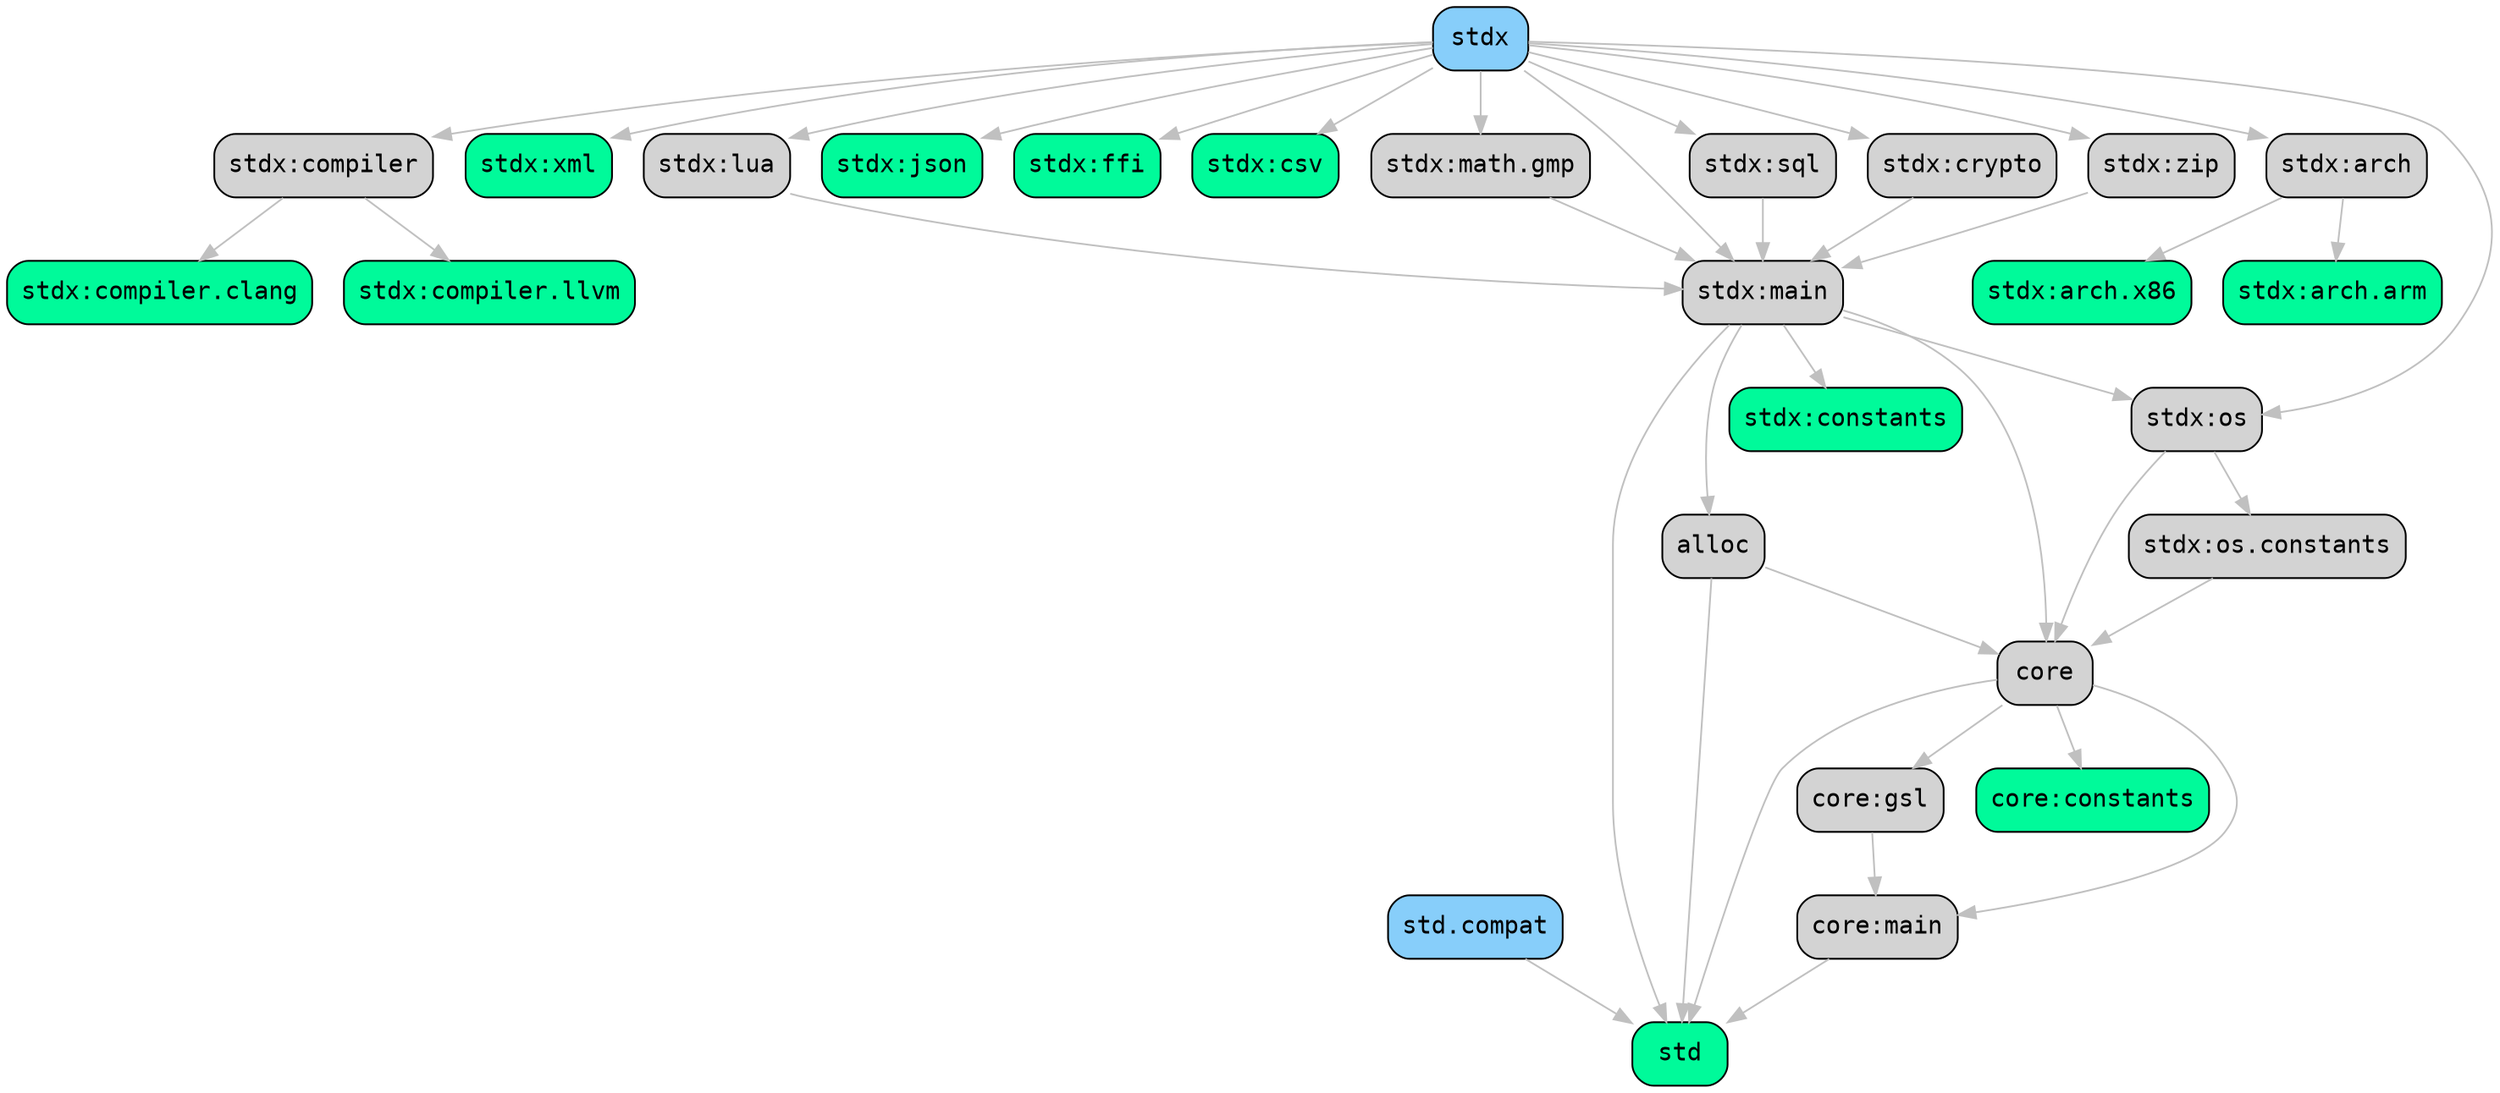
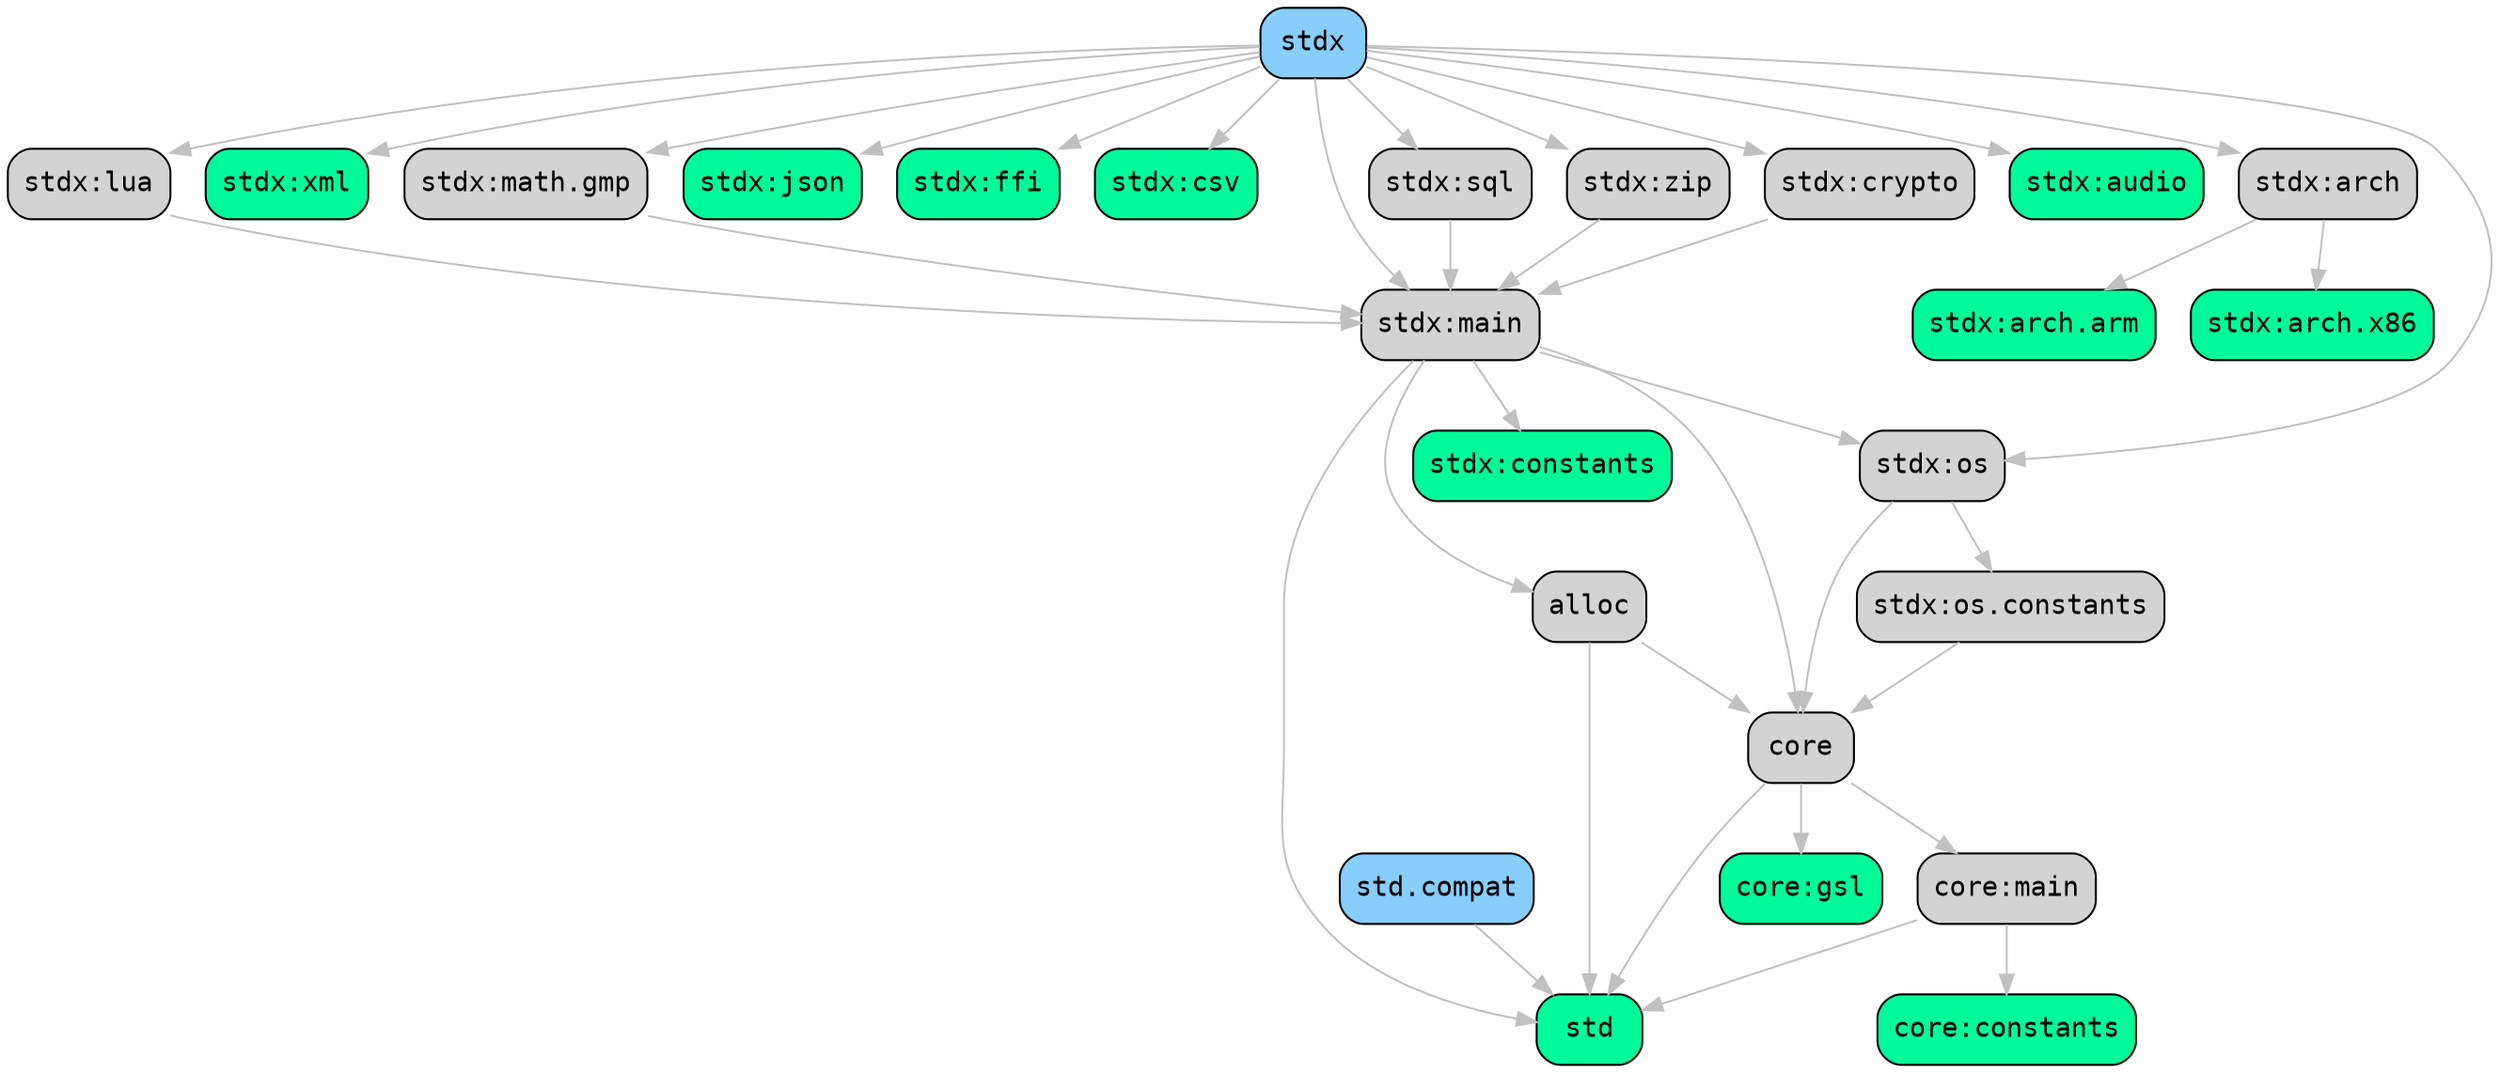
digraph {
- 	26 [label=<std.compat<br/>>, fontname=Monospace, shape=box, style="rounded,filled", fillcolor=lightskyblue];
- 	25 [label=<core:constants<br/>>, fontname=Monospace, shape=box, style="rounded,filled", fillcolor=mediumspringgreen];
- 	24 [label=<core:main<br/>>, fontname=Monospace, shape=box, style="rounded,filled", fillcolor=lightgrey];
- 	23 [label=<core:gsl<br/>>, fontname=Monospace, shape=box, style="rounded,filled", fillcolor=lightgrey];
- 	22 [label=<stdx:zip<br/>>, fontname=Monospace, shape=box, style="rounded,filled", fillcolor=lightgrey];
- 	21 [label=<stdx:xml<br/>>, fontname=Monospace, shape=box, style="rounded,filled", fillcolor=mediumspringgreen];
- 	20 [label=<stdx:lua<br/>>, fontname=Monospace, shape=box, style="rounded,filled", fillcolor=lightgrey];
- 	19 [label=<stdx:json<br/>>, fontname=Monospace, shape=box, style="rounded,filled", fillcolor=mediumspringgreen];
- 	18 [label=<stdx:ffi<br/>>, fontname=Monospace, shape=box, style="rounded,filled", fillcolor=mediumspringgreen];
- 	17 [label=<stdx:csv<br/>>, fontname=Monospace, shape=box, style="rounded,filled", fillcolor=mediumspringgreen];
- 	16 [label=<stdx:compiler<br/>>, fontname=Monospace, shape=box, style="rounded,filled", fillcolor=lightgrey];
- 	15 [label=<stdx<br/>>, fontname=Monospace, shape=box, style="rounded,filled", fillcolor=lightskyblue];
- 	14 [label=<stdx:arch<br/>>, fontname=Monospace, shape=box, style="rounded,filled", fillcolor=lightgrey];
- 	13 [label=<stdx:arch.x86<br/>>, fontname=Monospace, shape=box, style="rounded,filled", fillcolor=mediumspringgreen];
+ 	24 [label=<std.compat<br/>>, fontname=Monospace, shape=box, style="rounded,filled", fillcolor=lightskyblue];
+ 	23 [label=<core:constants<br/>>, fontname=Monospace, shape=box, style="rounded,filled", fillcolor=mediumspringgreen];
+ 	22 [label=<core:main<br/>>, fontname=Monospace, shape=box, style="rounded,filled", fillcolor=lightgrey];
+ 	21 [label=<core:gsl<br/>>, fontname=Monospace, shape=box, style="rounded,filled", fillcolor=mediumspringgreen];
+ 	20 [label=<stdx:zip<br/>>, fontname=Monospace, shape=box, style="rounded,filled", fillcolor=lightgrey];
+ 	19 [label=<stdx:xml<br/>>, fontname=Monospace, shape=box, style="rounded,filled", fillcolor=mediumspringgreen];
+ 	18 [label=<stdx:lua<br/>>, fontname=Monospace, shape=box, style="rounded,filled", fillcolor=lightgrey];
+ 	17 [label=<stdx:json<br/>>, fontname=Monospace, shape=box, style="rounded,filled", fillcolor=mediumspringgreen];
+ 	16 [label=<stdx:ffi<br/>>, fontname=Monospace, shape=box, style="rounded,filled", fillcolor=mediumspringgreen];
+ 	15 [label=<stdx:csv<br/>>, fontname=Monospace, shape=box, style="rounded,filled", fillcolor=mediumspringgreen];
+ 	14 [label=<stdx<br/>>, fontname=Monospace, shape=box, style="rounded,filled", fillcolor=lightskyblue];
+ 	13 [label=<stdx:arch<br/>>, fontname=Monospace, shape=box, style="rounded,filled", fillcolor=lightgrey];
	0 [label=<alloc<br/>>, fontname=Monospace, shape=box, style="rounded,filled", fillcolor=lightgrey];
	1 [label=<std<br/>>, fontname=Monospace, shape=box, style="rounded,filled", fillcolor=mediumspringgreen];
	2 [label=<core<br/>>, fontname=Monospace, shape=box, style="rounded,filled", fillcolor=lightgrey];
	3 [label=<stdx:constants<br/>>, fontname=Monospace, shape=box, style="rounded,filled", fillcolor=mediumspringgreen];
	4 [label=<stdx:math.gmp<br/>>, fontname=Monospace, shape=box, style="rounded,filled", fillcolor=lightgrey];
	5 [label=<stdx:main<br/>>, fontname=Monospace, shape=box, style="rounded,filled", fillcolor=lightgrey];
	6 [label=<stdx:sql<br/>>, fontname=Monospace, shape=box, style="rounded,filled", fillcolor=lightgrey];
- 	7 [label=<stdx:os<br/>>, fontname=Monospace, shape=box, style="rounded,filled", fillcolor=lightgrey];
- 	8 [label=<stdx:os.constants<br/>>, fontname=Monospace, shape=box, style="rounded,filled", fillcolor=lightgrey];
- 	9 [label=<stdx:crypto<br/>>, fontname=Monospace, shape=box, style="rounded,filled", fillcolor=lightgrey];
- 	10 [label=<stdx:compiler.clang<br/>>, fontname=Monospace, shape=box, style="rounded,filled", fillcolor=mediumspringgreen];
- 	11 [label=<stdx:compiler.llvm<br/>>, fontname=Monospace, shape=box, style="rounded,filled", fillcolor=mediumspringgreen];
- 	12 [label=<stdx:arch.arm<br/>>, fontname=Monospace, shape=box, style="rounded,filled", fillcolor=mediumspringgreen];
- 	2 -> 25 [style=solid, penwidth=1, color=gray, fontcolor=gray];
+ 	7 [label=<stdx:audio<br/>>, fontname=Monospace, shape=box, style="rounded,filled", fillcolor=mediumspringgreen];
+ 	8 [label=<stdx:os<br/>>, fontname=Monospace, shape=box, style="rounded,filled", fillcolor=lightgrey];
+ 	9 [label=<stdx:os.constants<br/>>, fontname=Monospace, shape=box, style="rounded,filled", fillcolor=lightgrey];
+ 	10 [label=<stdx:crypto<br/>>, fontname=Monospace, shape=box, style="rounded,filled", fillcolor=lightgrey];
+ 	11 [label=<stdx:arch.arm<br/>>, fontname=Monospace, shape=box, style="rounded,filled", fillcolor=mediumspringgreen];
+ 	12 [label=<stdx:arch.x86<br/>>, fontname=Monospace, shape=box, style="rounded,filled", fillcolor=mediumspringgreen];
+ 	2 -> 21 [style=solid, penwidth=1, color=gray, fontcolor=gray];
	2 -> 1 [style=solid, penwidth=1, color=gray, fontcolor=gray];
- 	26 -> 1 [style=solid, penwidth=1, color=gray, fontcolor=gray];
- 	22 -> 5 [style=solid, penwidth=1, color=gray, fontcolor=gray];
- 	23 -> 24 [style=solid, penwidth=1, color=gray, fontcolor=gray];
+ 	22 -> 23 [style=solid, penwidth=1, color=gray, fontcolor=gray];
+ 	22 -> 1 [style=solid, penwidth=1, color=gray, fontcolor=gray];
+ 	2 -> 22 [style=solid, penwidth=1, color=gray, fontcolor=gray];
+ 	4 -> 5 [style=solid, penwidth=1, color=gray, fontcolor=gray];
+ 	14 -> 5 [style=solid, penwidth=1, color=gray, fontcolor=gray];
+ 	14 -> 7 [style=solid, penwidth=1, color=gray, fontcolor=gray];
+ 	13 -> 11 [style=solid, penwidth=1, color=gray, fontcolor=gray];
+ 	14 -> 20 [style=solid, penwidth=1, color=gray, fontcolor=gray];
	8 -> 2 [style=solid, penwidth=1, color=gray, fontcolor=gray];
- 	15 -> 5 [style=solid, penwidth=1, color=gray, fontcolor=gray];
- 	14 -> 12 [style=solid, penwidth=1, color=gray, fontcolor=gray];
- 	7 -> 8 [style=solid, penwidth=1, color=gray, fontcolor=gray];
+ 	5 -> 1 [style=solid, penwidth=1, color=gray, fontcolor=gray];
+ 	6 -> 5 [style=solid, penwidth=1, color=gray, fontcolor=gray];
+ 	14 -> 4 [style=solid, penwidth=1, color=gray, fontcolor=gray];
+ 	14 -> 13 [style=solid, penwidth=1, color=gray, fontcolor=gray];
+ 	0 -> 2 [style=solid, penwidth=1, color=gray, fontcolor=gray];
+ 	8 -> 9 [style=solid, penwidth=1, color=gray, fontcolor=gray];
+ 	0 -> 1 [style=solid, penwidth=1, color=gray, fontcolor=gray];
+ 	14 -> 15 [style=solid, penwidth=1, color=gray, fontcolor=gray];
+ 	14 -> 10 [style=solid, penwidth=1, color=gray, fontcolor=gray];
	20 -> 5 [style=solid, penwidth=1, color=gray, fontcolor=gray];
- 	15 -> 18 [style=solid, penwidth=1, color=gray, fontcolor=gray];
- 	9 -> 5 [style=solid, penwidth=1, color=gray, fontcolor=gray];
- 	14 -> 13 [style=solid, penwidth=1, color=gray, fontcolor=gray];
- 	4 -> 5 [style=solid, penwidth=1, color=gray, fontcolor=gray];
- 	0 -> 2 [style=solid, penwidth=1, color=gray, fontcolor=gray];
- 	15 -> 9 [style=solid, penwidth=1, color=gray, fontcolor=gray];
- 	7 -> 2 [style=solid, penwidth=1, color=gray, fontcolor=gray];
- 	15 -> 21 [style=solid, penwidth=1, color=gray, fontcolor=gray];
- 	5 -> 7 [style=solid, penwidth=1, color=gray, fontcolor=gray];
- 	0 -> 1 [style=solid, penwidth=1, color=gray, fontcolor=gray];
- 	15 -> 17 [style=solid, penwidth=1, color=gray, fontcolor=gray];
- 	15 -> 19 [style=solid, penwidth=1, color=gray, fontcolor=gray];
- 	16 -> 10 [style=solid, penwidth=1, color=gray, fontcolor=gray];
- 	15 -> 20 [style=solid, penwidth=1, color=gray, fontcolor=gray];
+ 	14 -> 16 [style=solid, penwidth=1, color=gray, fontcolor=gray];
+ 	14 -> 19 [style=solid, penwidth=1, color=gray, fontcolor=gray];
+ 	5 -> 8 [style=solid, penwidth=1, color=gray, fontcolor=gray];
+ 	14 -> 18 [style=solid, penwidth=1, color=gray, fontcolor=gray];
+ 	13 -> 12 [style=solid, penwidth=1, color=gray, fontcolor=gray];
+ 	14 -> 8 [style=solid, penwidth=1, color=gray, fontcolor=gray];
	24 -> 1 [style=solid, penwidth=1, color=gray, fontcolor=gray];
- 	15 -> 4 [style=solid, penwidth=1, color=gray, fontcolor=gray];
- 	2 -> 23 [style=solid, penwidth=1, color=gray, fontcolor=gray];
- 	16 -> 11 [style=solid, penwidth=1, color=gray, fontcolor=gray];
- 	15 -> 7 [style=solid, penwidth=1, color=gray, fontcolor=gray];
- 	2 -> 24 [style=solid, penwidth=1, color=gray, fontcolor=gray];
- 	15 -> 6 [style=solid, penwidth=1, color=gray, fontcolor=gray];
- 	15 -> 22 [style=solid, penwidth=1, color=gray, fontcolor=gray];
- 	15 -> 16 [style=solid, penwidth=1, color=gray, fontcolor=gray];
- 	6 -> 5 [style=solid, penwidth=1, color=gray, fontcolor=gray];
- 	5 -> 1 [style=solid, penwidth=1, color=gray, fontcolor=gray];
- 	15 -> 14 [style=solid, penwidth=1, color=gray, fontcolor=gray];
+ 	14 -> 6 [style=solid, penwidth=1, color=gray, fontcolor=gray];
+ 	14 -> 17 [style=solid, penwidth=1, color=gray, fontcolor=gray];
+ 	18 -> 5 [style=solid, penwidth=1, color=gray, fontcolor=gray];
+ 	10 -> 5 [style=solid, penwidth=1, color=gray, fontcolor=gray];
	5 -> 3 [style=solid, penwidth=1, color=gray, fontcolor=gray];
	5 -> 2 [style=solid, penwidth=1, color=gray, fontcolor=gray];
+ 	9 -> 2 [style=solid, penwidth=1, color=gray, fontcolor=gray];
	5 -> 0 [style=solid, penwidth=1, color=gray, fontcolor=gray];
}
